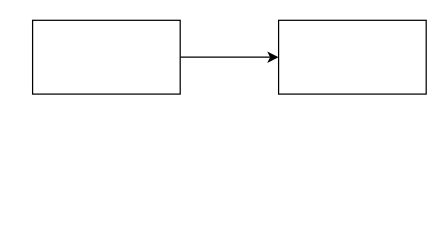
Earlier version of the draw.io diagram Untitled Diagram.drawio (dongzirun/dongzirun). Source tidied: cells renumbered, new cells numbered last; positions are measured from the earlier drawing's top-left corner, leaving out a move shared by most shapes. Both pictures are drawn from the tidied source at 123%, with x=0, y=0 at pixel (32, 20).
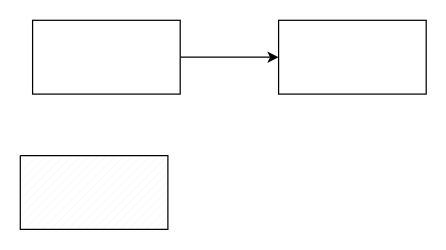
After the change.

The edit, as a diff of the source:
```diff
@@
 <mxGraphModel>
   <root>
     <mxCell id="0" />
     <mxCell id="1" parent="0" />
     <mxCell id="2" style="edgeStyle=orthogonalEdgeStyle;rounded=0;jettySize=auto;html=1;" parent="1" edge="1" source="3" target="4">
       <mxGeometry relative="1" as="geometry" />
     </mxCell>
     <mxCell id="3" style="rounded=0;whiteSpace=wrap;html=1;" parent="1" vertex="1">
       <mxGeometry width="120" height="60" as="geometry" />
     </mxCell>
     <mxCell id="4" style="rounded=0;whiteSpace=wrap;html=1;" parent="1" vertex="1">
       <mxGeometry x="200" width="120" height="60" as="geometry" />
     </mxCell>
+    <mxCell id="5" style="verticalLabelPosition=bottom;verticalAlign=top;html=1;shape=mxgraph.basic.patternFillRect;fillStyle=diag;step=5;fillStrokeWidth=0.2;fillStrokeColor=#dddddd;" parent="1" vertex="1">
+      <mxGeometry x="-10" y="110" width="120" height="60" as="geometry" />
+    </mxCell>
   </root>
 </mxGraphModel>
```
